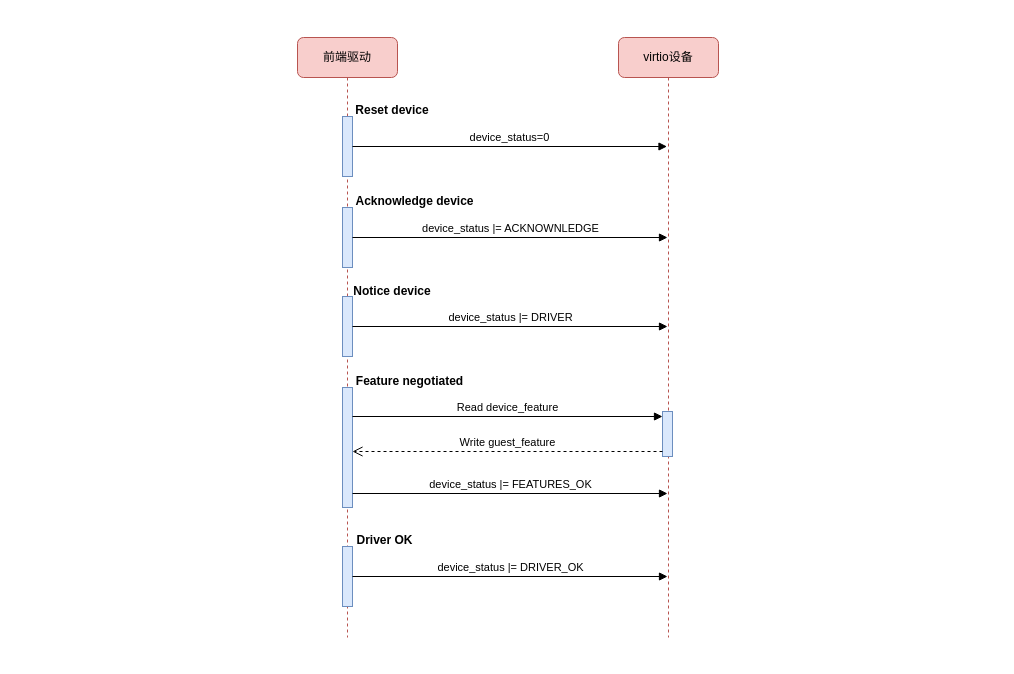
The draw.io diagram page "virtio设备初始化" (3 of 6) of virtio.drawio in Aspiresky/draw.io, before the edit. Source tidied: cells renumbered, new cells numbered last; positions are measured from the earlier drawing's top-left corner, leaving out a move shared by most shapes. Both pictures are drawn from the tidied source at 100%, with x=0, y=0 at pixel (297, 37).
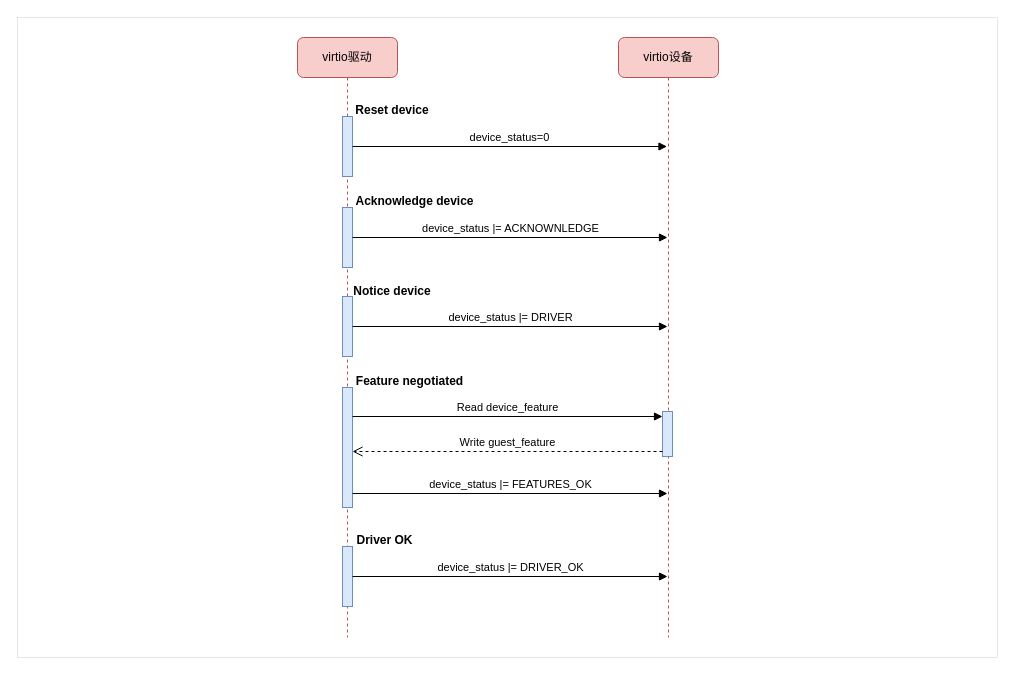
The same diagram, later.

Change to the diagram source:
```diff
@@
-    <mxCell id="2" value="前端驱动" style="shape=umlLifeline;perimeter=lifelinePerimeter;whiteSpace=wrap;html=1;newEdgeStyle={&quot;curved&quot;:0,&quot;rounded&quot;:0};fillColor=#f8cecc;strokeColor=#b85450;rounded=1;" parent="1" vertex="1">
-      <mxGeometry width="100" height="600" as="geometry" />
-    </mxCell>
+    <mxCell id="22" style="rounded=0;whiteSpace=wrap;html=1;strokeWidth=0;" parent="1" vertex="1">
+      <mxGeometry x="-280" y="-20" width="980" height="640" as="geometry" />
+    </mxCell>
+    <mxCell id="23" value="virtio驱动" style="shape=umlLifeline;perimeter=lifelinePerimeter;whiteSpace=wrap;html=1;newEdgeStyle={&quot;curved&quot;:0,&quot;rounded&quot;:0};fillColor=#f8cecc;strokeColor=#b85450;rounded=1;" parent="1" vertex="1">
+      <mxGeometry width="100" height="600" as="geometry" />
+    </mxCell>
-    <mxCell id="3" style="html=1;points=[[0,0,0,0,5],[0,1,0,0,-5],[1,0,0,0,5],[1,1,0,0,-5]];perimeter=orthogonalPerimeter;outlineConnect=0;targetShapes=umlLifeline;portConstraint=eastwest;newEdgeStyle={&quot;curved&quot;:0,&quot;rounded&quot;:0};fillColor=#dae8fc;strokeColor=#6c8ebf;" parent="2" vertex="1">
+    <mxCell id="3" style="html=1;points=[[0,0,0,0,5],[0,1,0,0,-5],[1,0,0,0,5],[1,1,0,0,-5]];perimeter=orthogonalPerimeter;outlineConnect=0;targetShapes=umlLifeline;portConstraint=eastwest;newEdgeStyle={&quot;curved&quot;:0,&quot;rounded&quot;:0};fillColor=#dae8fc;strokeColor=#6c8ebf;" parent="23" vertex="1">
       <mxGeometry x="45" y="79" width="10" height="60" as="geometry" />
     </mxCell>
```
